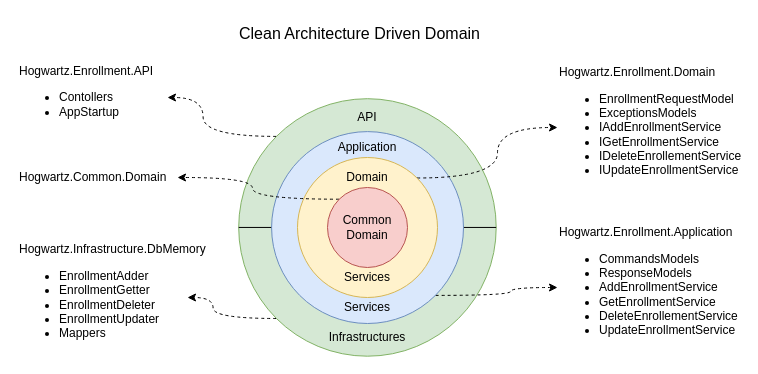
blacksagit/hogwartz_enrollment keeps this draw.io diagram as HogwartzEnrollmentArchitecture.drawio. Above is the earlier version. Source tidied: cells renumbered, new cells numbered last; positions are measured from the earlier drawing's top-left corner, leaving out a move shared by most shapes. Both pictures are drawn from the tidied source at 100%, with x=0, y=0 at pixel (17, 17).
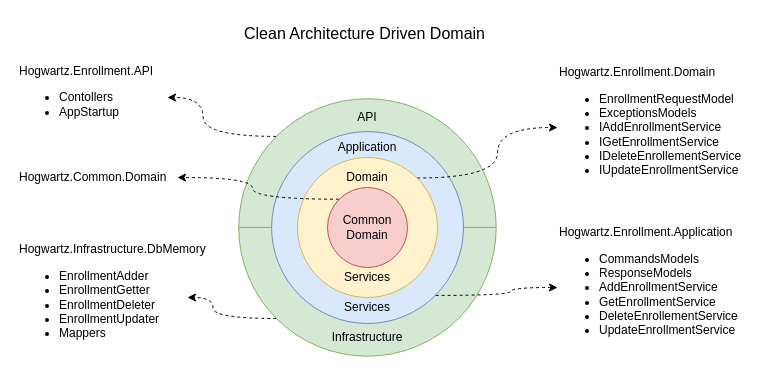
The same page after the edit.

The change refers to these unchanged cells:
```xml
<mxCell id="4" style="ellipse;whiteSpace=wrap;html=1;fillColor=#d5e8d4;strokeColor=#82b366;" parent="1" vertex="1">
  <mxGeometry x="221.2" y="81.2" width="257.5" height="257.5" as="geometry" />
</mxCell>
```

The edit, as a diff of the source:
```diff
@@
-    <mxCell id="5" style="endArrow=none;html=1;exitX=0;exitY=0.5;exitDx=0;exitDy=0;entryX=1;entryY=0.5;entryDx=0;entryDy=0;" parent="1" edge="1" source="4" target="4">
+    <mxCell id="5" style="endArrow=none;html=1;exitX=0;exitY=0.5;exitDx=0;exitDy=0;entryX=1;entryY=0.5;entryDx=0;entryDy=0;fillColor=#d5e8d4;strokeColor=#82b366;" parent="1" edge="1" source="4" target="4">
       <mxGeometry relative="1" as="geometry" />
     </mxCell>
@@
-    <mxCell id="15" value="Infrastructures" style="text;html=1;strokeColor=none;fillColor=none;align=center;verticalAlign=middle;whiteSpace=wrap;rounded=0;" parent="1" vertex="1">
+    <mxCell id="15" value="Infrastructure" style="text;html=1;strokeColor=none;fillColor=none;align=center;verticalAlign=middle;whiteSpace=wrap;rounded=0;" parent="1" vertex="1">
       <mxGeometry x="330" y="310" width="40" height="20" as="geometry" />
     </mxCell>
@@
     <mxCell id="23" value="Clean Architecture Driven Domain" style="text;html=1;strokeColor=none;fillColor=none;align=left;verticalAlign=top;whiteSpace=wrap;rounded=0;labelPosition=center;verticalLabelPosition=middle;fontSize=16;" parent="1" vertex="1">
-      <mxGeometry x="220" width="250" height="30" as="geometry" />
+      <mxGeometry x="225" width="250" height="30" as="geometry" />
     </mxCell>
```
